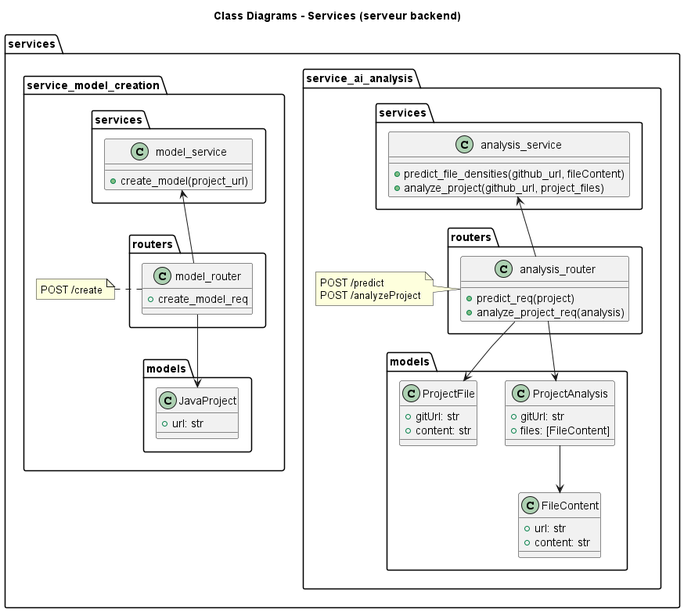
lucas-cimino/log-density-plugin-h25 keeps this PlantUML diagram as docs/resources/plantUML/class - services.png. Above is the earlier version.
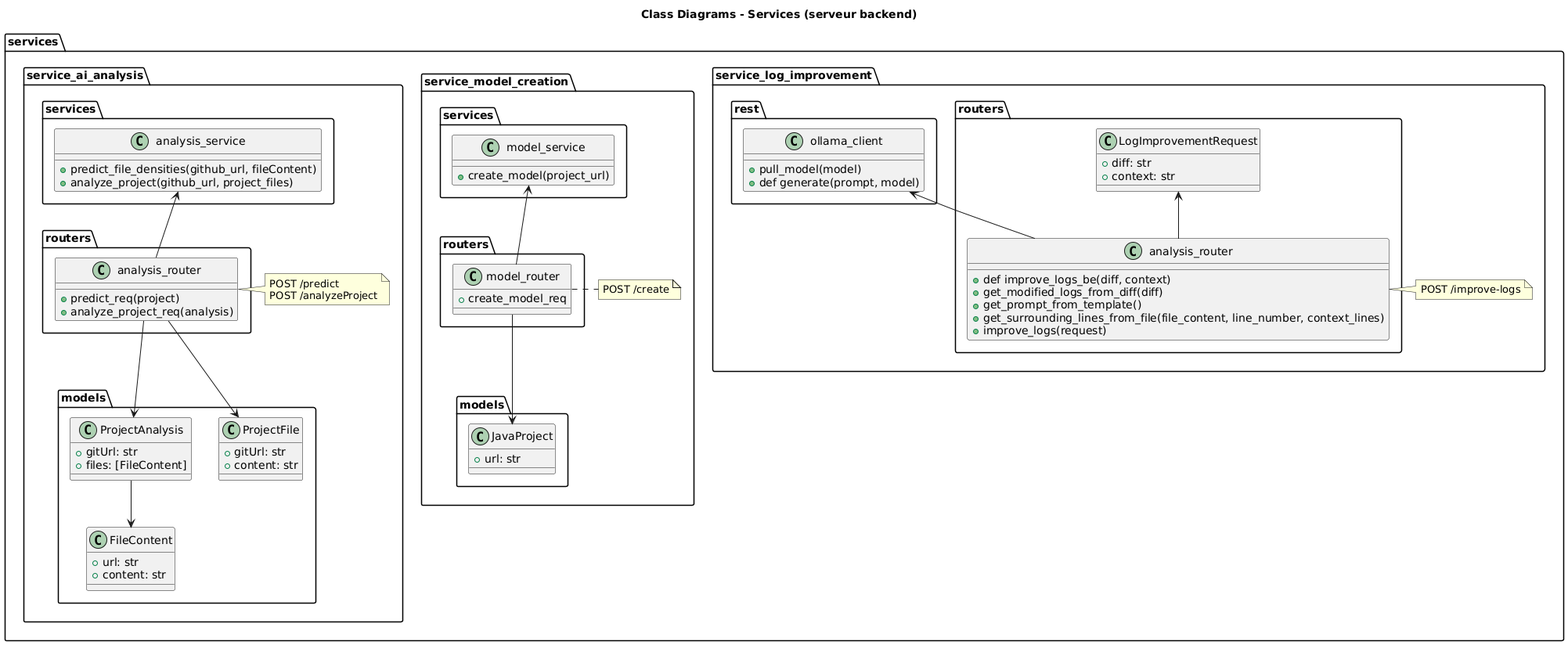
After the change.

Commit message:
Finish the diagrammes

The edit, as a diff of the source:
```diff
@@ -1,4 +1,4 @@
-@startuml class - services
+@startuml
 skinparam linetype polyline
 
 title Class Diagrams - Services (serveur backend)
@@ -75,6 +75,36 @@
         model_router --> JavaProject
         model_router -u-> model_service
     }
+
+    package service_log_improvement {
+        package rest {
+            class ollama_client{
+                +pull_model(model)
+                +def generate(prompt, model)
+            }
+        }
+
+        package routers{
+            class analysis_router{
+                +def improve_logs_be(diff, context)
+                +get_modified_logs_from_diff(diff)
+                +get_prompt_from_template()
+                +get_surrounding_lines_from_file(file_content, line_number, context_lines)
+                +improve_logs(request)
+            }
+            class LogImprovementRequest{
+                +diff: str
+                +context: str
+            }
+        }
+
+        note right of   services.service_log_improvement.routers.analysis_router
+            POST /improve-logs
+        end note
+
+        services.service_log_improvement.routers.analysis_router -u-> ollama_client
+
+        services.service_log_improvement.routers.analysis_router -u-> LogImprovementRequest
+    }
 }
-
 @enduml
```
